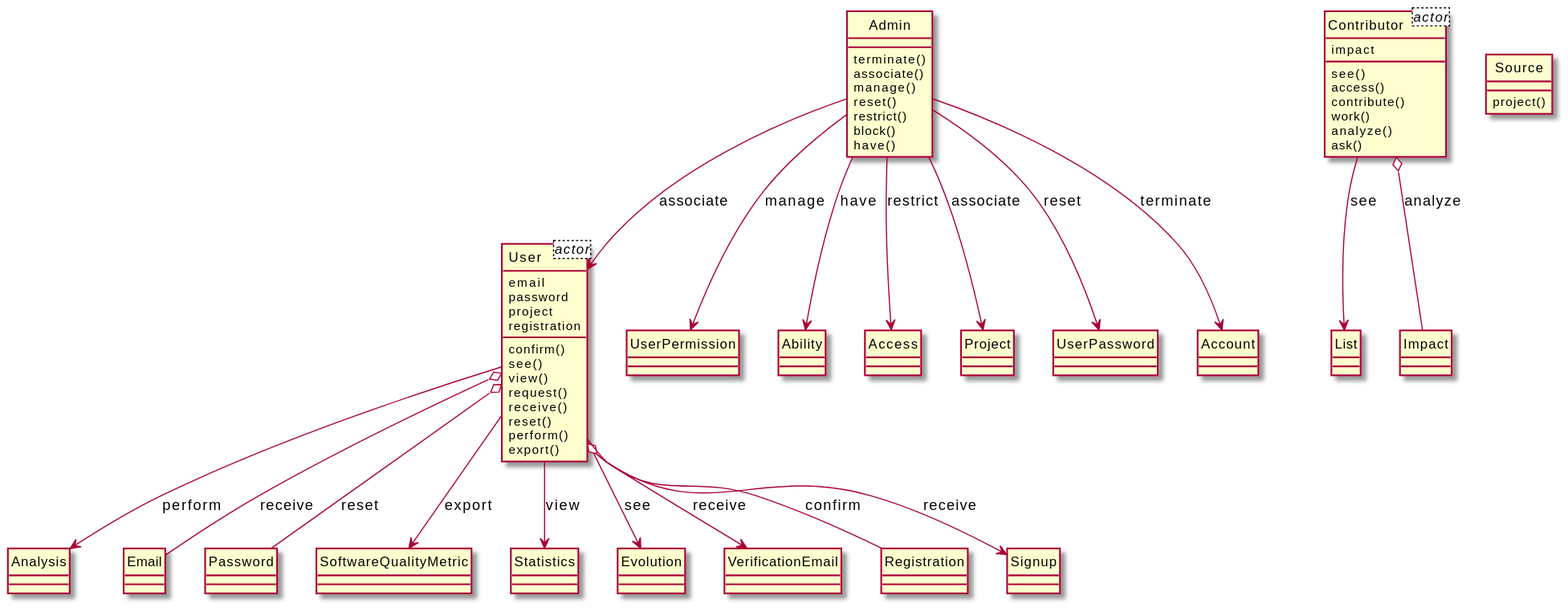
This is output/diagram_5/2017-USC-Project01.svg from xixixhalu/DomainModelExtractor, a PlantUML export, as it was before one commit.
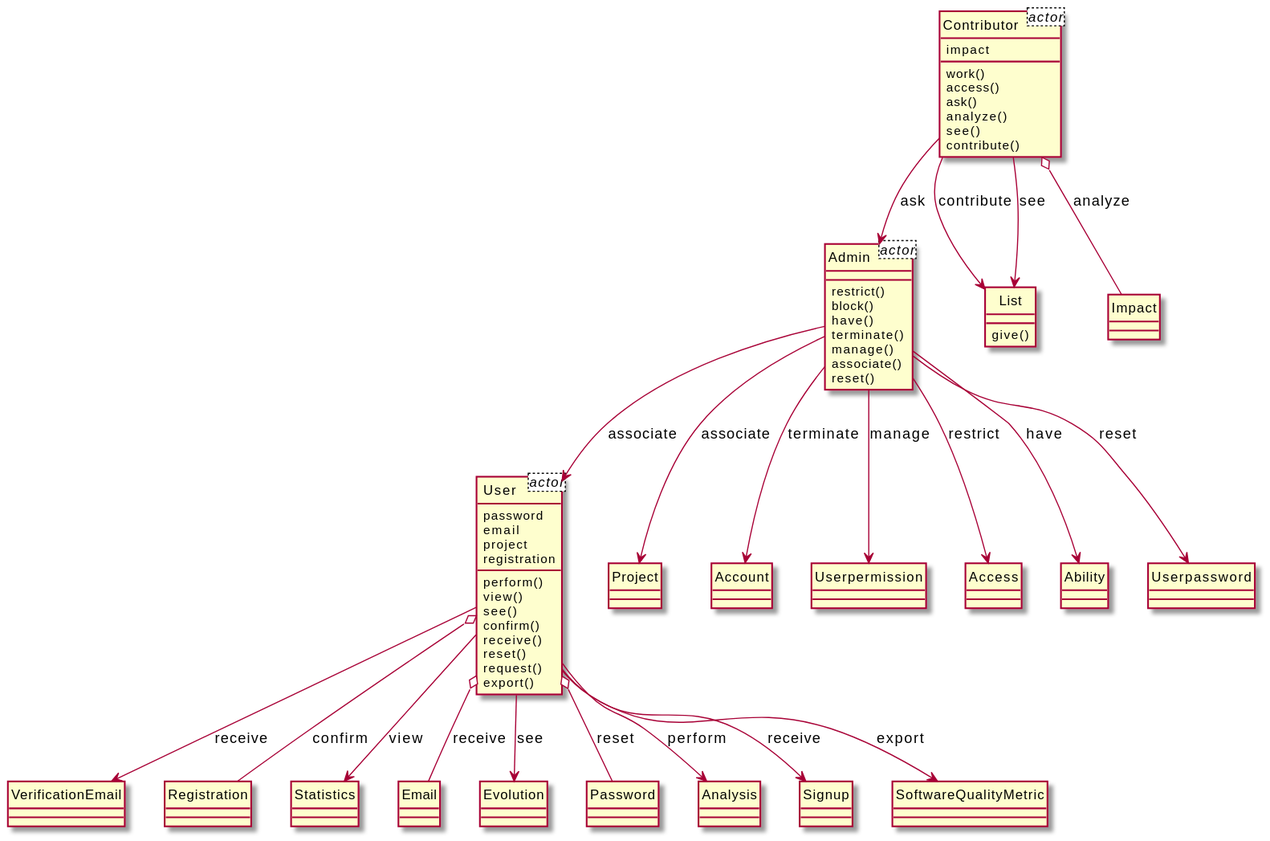
After the commit.

The edit, as a diff of the source:
```diff
@@ -1,94 +1,96 @@
 @startuml
 hide circle
+class Admin<actor> {
+}
 class User<actor> {
+	password
 	email
-	password
 	project
 	registration
 }
 class Contributor<actor> {
 	impact
 }
-class Contributor {
+class User {
+	perform()
+	view()
 	see()
-	access()
-	contribute()
-	work()
-	analyze()
-	ask()
-}
-class User {
 	confirm()
-	see()
-	view()
-	request()
 	receive()
 	reset()
-	perform()
+	request()
 	export()
+}
+class VerificationEmail {
+}
+class Registration {
+}
+class Statistics {
+}
+class Contributor {
+	work()
+	access()
+	ask()
+	analyze()
+	see()
+	contribute()
+}
+class List {
+	give()
+}
+class Email {
+}
+class Evolution {
+}
+class Password {
+}
+class Admin {
+	restrict()
+	block()
+	have()
+	terminate()
+	manage()
+	associate()
+	reset()
+}
+class Project {
+}
+class Account {
 }
 class Analysis {
 }
-class Admin {
-	terminate()
-	associate()
-	manage()
-	reset()
-	restrict()
-	block()
-	have()
+class Userpermission {
 }
-class UserPermission {
-}
-class Email {
-}
-class List {
+class Access {
 }
 class Ability {
 }
-class Password {
+class Signup {
+}
+class Impact {
 }
 class SoftwareQualityMetric {
 }
-class Statistics {
+class Userpassword {
 }
-class Evolution {
-}
-class VerificationEmail {
-}
-class Access {
-}
-class Registration {
-}
-class Signup {
-}
-class Project {
-}
-class Impact {
-}
-class UserPassword {
-}
-class Source {
-	project()
-}
-class Account {
-}
-User --> Signup : receive
+User o-- Registration : confirm
+Admin --> Project : associate
+User --> Statistics : view
+Contributor --> List : contribute
+Contributor o-- Impact : analyze
+User --> SoftwareQualityMetric : export
 Contributor --> List : see
+Admin --> Userpassword : reset
 Admin --> Account : terminate
-User --> SoftwareQualityMetric : export
-User --> Statistics : view
-Admin --> Access : restrict
-Admin --> UserPermission : manage
-Admin --> Project : associate
-Admin --> User : associate
-Admin --> Ability : have
-User --> Evolution : see
-User o-- Registration : confirm
 User o-- Email : receive
 User --> Analysis : perform
-Contributor o-- Impact : analyze
-Admin --> UserPassword : reset
+Admin --> Userpermission : manage
+User --> Evolution : see
+Admin --> Access : restrict
+Admin --> Ability : have
+User --> Signup : receive
+Contributor --> Admin : ask
+User --> VerificationEmail : receive
+Admin --> User : associate
 User o-- Password : reset
-User --> VerificationEmail : receive
 @enduml
```
